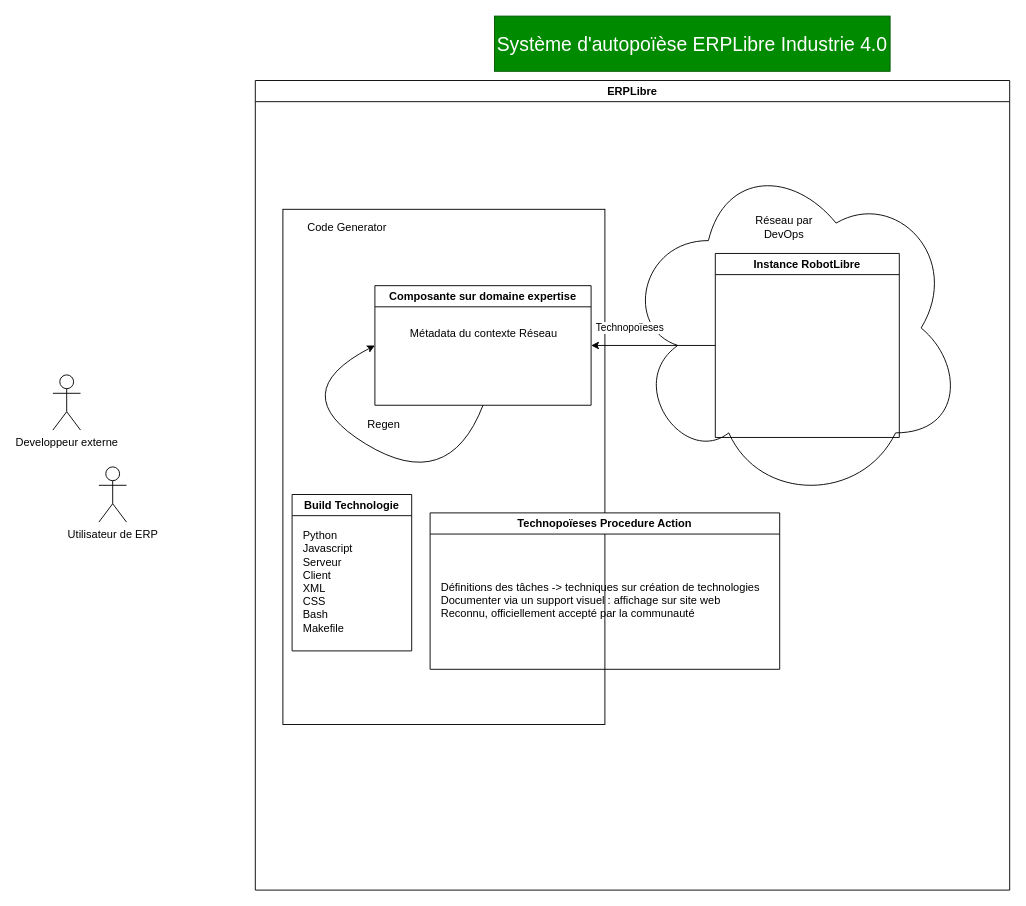
Before: doc/schema/system_autopoieses_erplibre_industrie40.drawio in ERPLibre/ERPLibre, a draw.io diagram. Source tidied: cells renumbered, new cells numbered last; positions are measured from the earlier drawing's top-left corner, leaving out a move shared by most shapes. Both pictures are drawn from the tidied source at 92%, with x=0, y=0 at pixel (52, 16).
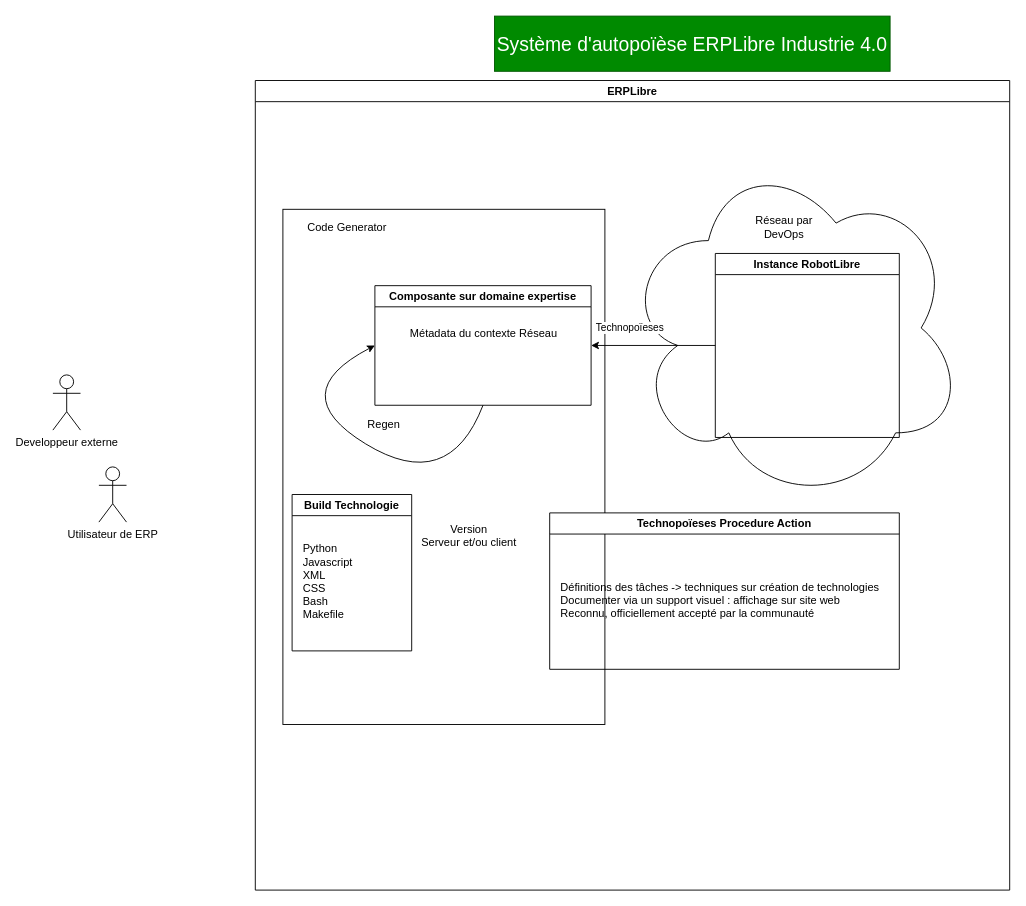
The same diagram, later.

Commit message:
[UPD] schema

Unchanged cells that the change refers to:
```xml
<mxCell id="2" value="ERPLibre" style="swimlane;whiteSpace=wrap;html=1;" parent="1" vertex="1">
  <mxGeometry x="220" y="70" width="820" height="880" as="geometry" />
</mxCell>
<mxCell id="14" value="Build Technologie" style="swimlane;whiteSpace=wrap;html=1;" parent="2" vertex="1">
  <mxGeometry x="40" y="450" width="130" height="170" as="geometry" />
</mxCell>
```

What changed in the source:
```diff
@@
-    <mxCell id="15" value="&lt;div align=&quot;left&quot;&gt;Python&lt;/div&gt;&lt;div align=&quot;left&quot;&gt;Javascript&lt;/div&gt;&lt;div align=&quot;left&quot;&gt;Serveur&lt;/div&gt;&lt;div align=&quot;left&quot;&gt;Client&lt;/div&gt;&lt;div align=&quot;left&quot;&gt;XML&lt;/div&gt;&lt;div align=&quot;left&quot;&gt;CSS&lt;/div&gt;&lt;div align=&quot;left&quot;&gt;Bash&lt;/div&gt;&lt;div align=&quot;left&quot;&gt;Makefile&lt;br&gt;&lt;/div&gt;" style="text;html=1;align=left;verticalAlign=middle;strokeColor=none;fillColor=none;" parent="14" vertex="1">
-      <mxGeometry x="10" y="30" width="80" height="130" as="geometry" />
+    <mxCell id="15" value="&lt;div align=&quot;left&quot;&gt;Python&lt;/div&gt;&lt;div align=&quot;left&quot;&gt;Javascript&lt;/div&gt;&lt;div align=&quot;left&quot;&gt;XML&lt;/div&gt;&lt;div align=&quot;left&quot;&gt;CSS&lt;/div&gt;&lt;div align=&quot;left&quot;&gt;Bash&lt;/div&gt;&lt;div align=&quot;left&quot;&gt;Makefile&lt;br&gt;&lt;/div&gt;" style="text;html=1;align=left;verticalAlign=middle;strokeColor=none;fillColor=none;" parent="14" vertex="1">
+      <mxGeometry x="10" y="45" width="80" height="100" as="geometry" />
     </mxCell>
     <mxCell id="16" value="Technopoïeses Procedure Action" style="swimlane;whiteSpace=wrap;html=1;" parent="2" vertex="1">
-      <mxGeometry x="190" y="470" width="380" height="170" as="geometry" />
+      <mxGeometry x="320" y="470" width="380" height="170" as="geometry" />
     </mxCell>
@@
+    <mxCell id="21" value="Version&lt;br&gt;Serveur et/ou client" style="text;html=1;align=center;verticalAlign=middle;whiteSpace=wrap;rounded=0;" parent="2" vertex="1">
+      <mxGeometry x="175" y="480" width="115" height="30" as="geometry" />
+    </mxCell>
```
